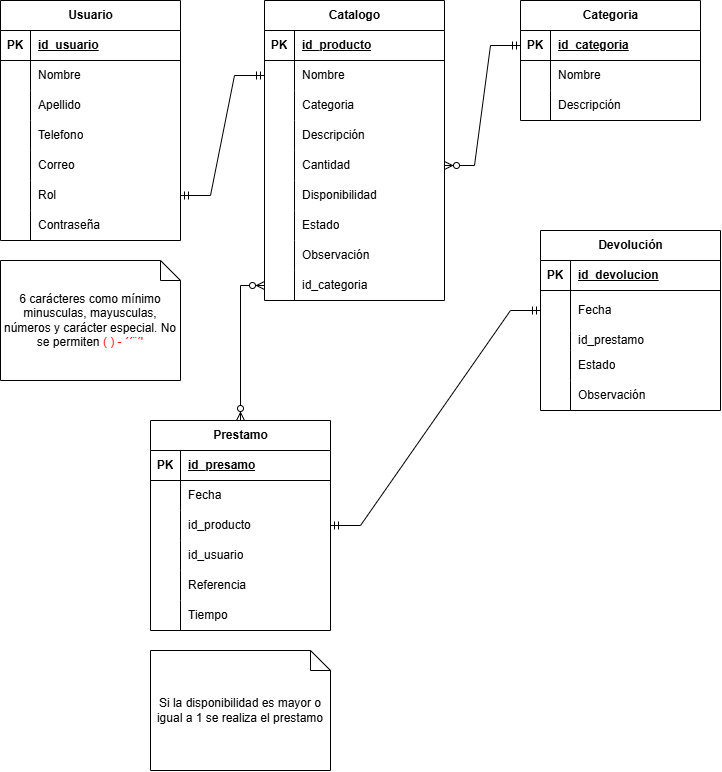
Earlier version of the draw.io export MVC/Progra1MVC.png (CamiPio/Sistema-de-Bodega). Source tidied: cells renumbered, new cells last; positions are measured from the earlier drawing's top-left corner, leaving out a move shared by most shapes.
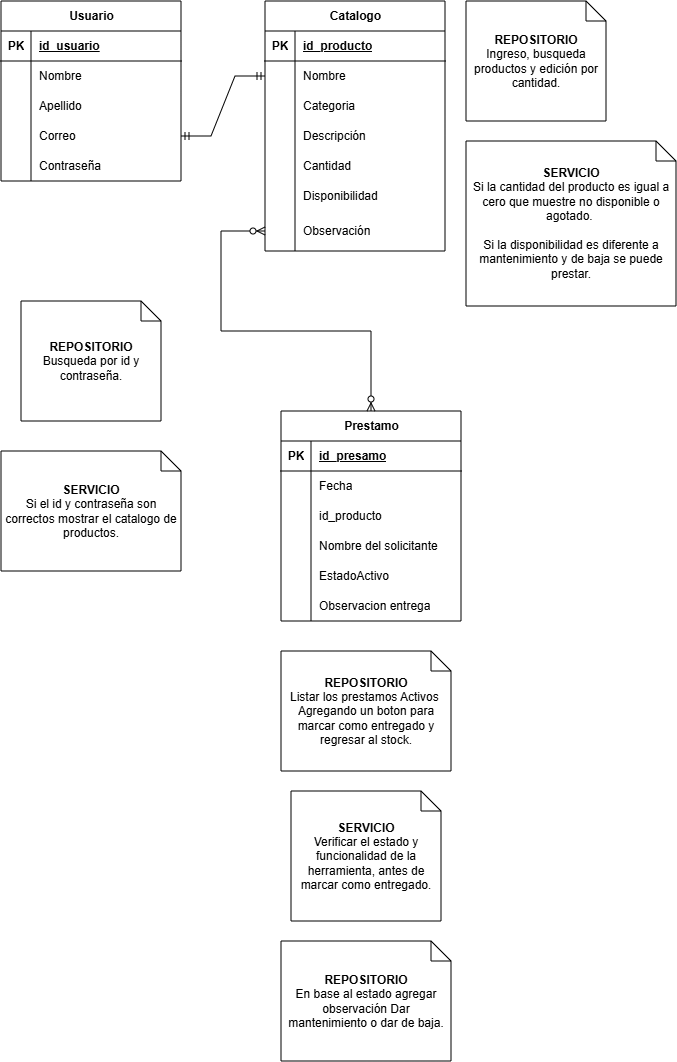
Later version of the same file.

Commit message:
Actualización de diagrama MVC

The edit, as a diff of the source:
```diff
@@ -5,3 +5,3 @@
     <mxCell id="2" value="Usuario" style="shape=table;startSize=30;rowLines=0;fontStyle=1;align=center;html=1;" parent="1" vertex="1">
-      <mxGeometry width="180" height="240" as="geometry" />
+      <mxGeometry width="180" height="180" as="geometry" />
     </mxCell>
@@ -40,3 +40,3 @@
     </mxCell>
-    <mxCell id="14" value="Telefono" style="shape=partialRectangle;fillColor=none;top=0;left=0;bottom=0;right=0;align=left;spacingLeft=6;overflow=hidden;whiteSpace=wrap;html=1;" parent="12" vertex="1">
+    <mxCell id="14" value="Correo" style="shape=partialRectangle;fillColor=none;top=0;left=0;bottom=0;right=0;align=left;spacingLeft=6;overflow=hidden;whiteSpace=wrap;html=1;" parent="12" vertex="1">
       <mxGeometry x="30" width="150" height="30" as="geometry" />
@@ -49,34 +49,7 @@
     </mxCell>
-    <mxCell id="17" value="Correo" style="shape=partialRectangle;fillColor=none;top=0;left=0;bottom=0;right=0;align=left;spacingLeft=6;overflow=hidden;whiteSpace=wrap;html=1;" parent="15" vertex="1">
+    <mxCell id="17" value="Contraseña" style="shape=partialRectangle;fillColor=none;top=0;left=0;bottom=0;right=0;align=left;spacingLeft=6;overflow=hidden;whiteSpace=wrap;html=1;" parent="15" vertex="1">
       <mxGeometry x="30" width="150" height="30" as="geometry" />
     </mxCell>
-    <mxCell id="18" style="shape=tableRow;horizontal=0;startSize=0;swimlaneHead=0;swimlaneBody=0;fillColor=none;top=0;left=0;right=0;bottom=0;" parent="2" vertex="1">
-      <mxGeometry y="180" width="180" height="30" as="geometry" />
-    </mxCell>
-    <mxCell id="19" style="shape=partialRectangle;fillColor=none;top=0;left=0;bottom=0;right=0;overflow=hidden;whiteSpace=wrap;html=1;" parent="18" vertex="1">
-      <mxGeometry width="30" height="30" as="geometry" />
-    </mxCell>
-    <mxCell id="20" style="shape=partialRectangle;fillColor=none;top=0;left=0;bottom=0;right=0;align=left;spacingLeft=6;overflow=hidden;whiteSpace=wrap;html=1;" parent="18" vertex="1">
-      <mxGeometry x="30" width="150" height="30" as="geometry" />
-    </mxCell>
-    <mxCell id="21" style="shape=tableRow;horizontal=0;startSize=0;swimlaneHead=0;swimlaneBody=0;fillColor=none;top=0;left=0;right=0;bottom=0;" parent="2" vertex="1">
-      <mxGeometry y="210" width="180" height="30" as="geometry" />
-    </mxCell>
-    <mxCell id="22" style="shape=partialRectangle;fillColor=none;top=0;left=0;bottom=0;right=0;overflow=hidden;whiteSpace=wrap;html=1;" parent="21" vertex="1">
-      <mxGeometry width="30" height="30" as="geometry" />
-    </mxCell>
-    <mxCell id="23" style="shape=partialRectangle;fillColor=none;top=0;left=0;bottom=0;right=0;align=left;spacingLeft=6;overflow=hidden;whiteSpace=wrap;html=1;" parent="21" vertex="1">
-      <mxGeometry x="30" width="150" height="30" as="geometry" />
-    </mxCell>
-    <mxCell id="24" style="shape=tableRow;horizontal=0;startSize=0;swimlaneHead=0;swimlaneBody=0;fillColor=none;points=[[0,0.5],[1,0.5]];portConstraint=eastwest;top=0;left=0;right=0;bottom=0;" parent="1" vertex="1">
-      <mxGeometry y="180" width="180" height="30" as="geometry" />
-    </mxCell>
-    <mxCell id="25" style="shape=partialRectangle;fillColor=none;top=0;left=0;bottom=0;right=0;overflow=hidden;whiteSpace=wrap;html=1;" parent="24" vertex="1">
-      <mxGeometry width="30" height="30" as="geometry" />
-    </mxCell>
-    <mxCell id="26" value="Rol" style="shape=partialRectangle;fillColor=none;top=0;left=0;bottom=0;right=0;align=left;spacingLeft=6;overflow=hidden;whiteSpace=wrap;html=1;" parent="24" vertex="1">
-      <mxGeometry x="30" width="150" height="30" as="geometry" />
-    </mxCell>
     <mxCell id="27" value="Catalogo" style="shape=table;startSize=30;rowLines=0;fontStyle=1;align=center;html=1;" parent="1" vertex="1">
-      <mxGeometry x="264" width="180" height="300" as="geometry" />
+      <mxGeometry x="264" width="180" height="250" as="geometry" />
     </mxCell>
@@ -136,67 +109,16 @@
     </mxCell>
-    <mxCell id="46" style="shape=tableRow;horizontal=0;startSize=0;swimlaneHead=0;swimlaneBody=0;fillColor=none;top=0;left=0;right=0;bottom=0;" parent="27" vertex="1">
-      <mxGeometry y="210" width="180" height="30" as="geometry" />
-    </mxCell>
-    <mxCell id="47" style="shape=partialRectangle;fillColor=none;top=0;left=0;bottom=0;right=0;overflow=hidden;whiteSpace=wrap;html=1;" parent="46" vertex="1">
-      <mxGeometry width="30" height="30" as="geometry" />
-    </mxCell>
-    <mxCell id="48" value="Estado" style="shape=partialRectangle;fillColor=none;top=0;left=0;bottom=0;right=0;align=left;spacingLeft=6;overflow=hidden;whiteSpace=wrap;html=1;" parent="46" vertex="1">
-      <mxGeometry x="30" width="150" height="30" as="geometry" />
-    </mxCell>
     <mxCell id="49" style="shape=tableRow;horizontal=0;startSize=0;swimlaneHead=0;swimlaneBody=0;fillColor=none;points=[[0,0.5],[1,0.5]];portConstraint=eastwest;top=0;left=0;right=0;bottom=0;" parent="27" vertex="1">
-      <mxGeometry y="240" width="180" height="30" as="geometry" />
+      <mxGeometry y="210" width="180" height="40" as="geometry" />
     </mxCell>
     <mxCell id="50" style="shape=partialRectangle;fillColor=none;top=0;left=0;bottom=0;right=0;overflow=hidden;whiteSpace=wrap;html=1;" parent="49" vertex="1">
-      <mxGeometry width="30" height="30" as="geometry" />
+      <mxGeometry width="30" height="40" as="geometry" />
     </mxCell>
     <mxCell id="51" value="Observación" style="shape=partialRectangle;fillColor=none;top=0;left=0;bottom=0;right=0;align=left;spacingLeft=6;overflow=hidden;whiteSpace=wrap;html=1;" parent="49" vertex="1">
-      <mxGeometry x="30" width="150" height="30" as="geometry" />
+      <mxGeometry x="30" width="150" height="40" as="geometry" />
     </mxCell>
-    <mxCell id="52" style="shape=tableRow;horizontal=0;startSize=0;swimlaneHead=0;swimlaneBody=0;fillColor=none;points=[[0,0.5],[1,0.5]];portConstraint=eastwest;top=0;left=0;right=0;bottom=0;" parent="27" vertex="1">
-      <mxGeometry y="270" width="180" height="30" as="geometry" />
-    </mxCell>
-    <mxCell id="53" style="shape=partialRectangle;fillColor=none;top=0;left=0;bottom=0;right=0;overflow=hidden;whiteSpace=wrap;html=1;" parent="52" vertex="1">
-      <mxGeometry width="30" height="30" as="geometry" />
-    </mxCell>
-    <mxCell id="54" value="id_categoria" style="shape=partialRectangle;fillColor=none;top=0;left=0;bottom=0;right=0;align=left;spacingLeft=6;overflow=hidden;whiteSpace=wrap;html=1;" parent="52" vertex="1">
-      <mxGeometry x="30" width="150" height="30" as="geometry" />
-    </mxCell>
-    <mxCell id="55" value="Contraseña" style="shape=partialRectangle;fillColor=none;top=0;left=0;bottom=0;right=0;align=left;spacingLeft=6;overflow=hidden;whiteSpace=wrap;html=1;" parent="1" vertex="1">
-      <mxGeometry x="30" y="210" width="150" height="30" as="geometry" />
-    </mxCell>
-    <mxCell id="56" value="6 carácteres como mínimo&lt;div&gt;minusculas, mayusculas, números y carácter especial. No se permiten &lt;span style=&quot;color: rgb(255, 0, 0);&quot;&gt;( ) - ´´¨´'&lt;/span&gt;&lt;/div&gt;" style="shape=note;size=20;whiteSpace=wrap;html=1;" parent="1" vertex="1">
-      <mxGeometry y="260" width="180" height="120" as="geometry" />
+    <mxCell id="56" value="&lt;div&gt;&lt;b&gt;SERVICIO&lt;/b&gt;&lt;/div&gt;Si el id y contraseña son correctos mostrar el catalogo de productos." style="shape=note;size=20;whiteSpace=wrap;html=1;" parent="1" vertex="1">
+      <mxGeometry y="450" width="180" height="120" as="geometry" />
     </mxCell>
-    <mxCell id="57" value="Categoria" style="shape=table;startSize=30;rowLines=0;fontStyle=1;align=center;html=1;" parent="1" vertex="1">
-      <mxGeometry x="520" width="180" height="120" as="geometry" />
-    </mxCell>
-    <mxCell id="58" style="shape=tableRow;horizontal=0;startSize=0;swimlaneHead=0;swimlaneBody=0;fillColor=none;points=[[0,0.5],[1,0.5]];portConstraint=eastwest;top=0;left=0;right=0;bottom=1;" parent="57" vertex="1">
-      <mxGeometry y="30" width="180" height="30" as="geometry" />
-    </mxCell>
-    <mxCell id="59" value="PK" style="shape=partialRectangle;fillColor=none;top=0;left=0;bottom=0;right=0;fontStyle=1;overflow=hidden;whiteSpace=wrap;html=1;" parent="58" vertex="1">
-      <mxGeometry width="30" height="30" as="geometry" />
-    </mxCell>
-    <mxCell id="60" value="id_categoria" style="shape=partialRectangle;fillColor=none;top=0;left=0;bottom=0;right=0;align=left;spacingLeft=6;fontStyle=5;overflow=hidden;whiteSpace=wrap;html=1;" parent="58" vertex="1">
-      <mxGeometry x="30" width="150" height="30" as="geometry" />
-    </mxCell>
-    <mxCell id="61" style="shape=tableRow;horizontal=0;startSize=0;swimlaneHead=0;swimlaneBody=0;fillColor=none;top=0;left=0;right=0;bottom=0;" parent="57" vertex="1">
-      <mxGeometry y="60" width="180" height="30" as="geometry" />
-    </mxCell>
-    <mxCell id="62" style="shape=partialRectangle;fillColor=none;top=0;left=0;bottom=0;right=0;overflow=hidden;whiteSpace=wrap;html=1;" parent="61" vertex="1">
-      <mxGeometry width="30" height="30" as="geometry" />
-    </mxCell>
-    <mxCell id="63" value="Nombre" style="shape=partialRectangle;fillColor=none;top=0;left=0;bottom=0;right=0;align=left;spacingLeft=6;overflow=hidden;whiteSpace=wrap;html=1;" parent="61" vertex="1">
-      <mxGeometry x="30" width="150" height="30" as="geometry" />
-    </mxCell>
-    <mxCell id="64" style="shape=tableRow;horizontal=0;startSize=0;swimlaneHead=0;swimlaneBody=0;fillColor=none;top=0;left=0;right=0;bottom=0;" parent="57" vertex="1">
-      <mxGeometry y="90" width="180" height="30" as="geometry" />
-    </mxCell>
-    <mxCell id="65" style="shape=partialRectangle;fillColor=none;top=0;left=0;bottom=0;right=0;overflow=hidden;whiteSpace=wrap;html=1;" parent="64" vertex="1">
-      <mxGeometry width="30" height="30" as="geometry" />
-    </mxCell>
-    <mxCell id="66" value="Descripción" style="shape=partialRectangle;fillColor=none;top=0;left=0;bottom=0;right=0;align=left;spacingLeft=6;overflow=hidden;whiteSpace=wrap;html=1;" parent="64" vertex="1">
-      <mxGeometry x="30" width="150" height="30" as="geometry" />
-    </mxCell>
     <mxCell id="67" value="Prestamo" style="shape=table;startSize=30;rowLines=0;fontStyle=1;align=center;html=1;" parent="1" vertex="1">
-      <mxGeometry x="150" y="420" width="180" height="210" as="geometry" />
+      <mxGeometry x="280" y="410" width="180" height="210" as="geometry" />
     </mxCell>
@@ -235,86 +157,53 @@
     </mxCell>
-    <mxCell id="79" value="id_usuario" style="shape=partialRectangle;fillColor=none;top=0;left=0;bottom=0;right=0;align=left;spacingLeft=6;overflow=hidden;whiteSpace=wrap;html=1;" parent="77" vertex="1">
+    <mxCell id="79" value="Nombre del solicitante" style="shape=partialRectangle;fillColor=none;top=0;left=0;bottom=0;right=0;align=left;spacingLeft=6;overflow=hidden;whiteSpace=wrap;html=1;" parent="77" vertex="1">
       <mxGeometry x="30" width="150" height="30" as="geometry" />
     </mxCell>
-    <mxCell id="80" style="shape=tableRow;horizontal=0;startSize=0;swimlaneHead=0;swimlaneBody=0;fillColor=none;top=0;left=0;right=0;bottom=0;" parent="67" vertex="1">
-      <mxGeometry y="150" width="180" height="30" as="geometry" />
-    </mxCell>
-    <mxCell id="81" style="shape=partialRectangle;fillColor=none;top=0;left=0;bottom=0;right=0;overflow=hidden;whiteSpace=wrap;html=1;" parent="80" vertex="1">
-      <mxGeometry width="30" height="30" as="geometry" />
-    </mxCell>
-    <mxCell id="82" value="Referencia" style="shape=partialRectangle;fillColor=none;top=0;left=0;bottom=0;right=0;align=left;spacingLeft=6;overflow=hidden;whiteSpace=wrap;html=1;" parent="80" vertex="1">
-      <mxGeometry x="30" width="150" height="30" as="geometry" />
-    </mxCell>
-    <mxCell id="83" style="shape=tableRow;horizontal=0;startSize=0;swimlaneHead=0;swimlaneBody=0;fillColor=none;top=0;left=0;right=0;bottom=0;" parent="67" vertex="1">
-      <mxGeometry y="180" width="180" height="30" as="geometry" />
-    </mxCell>
-    <mxCell id="84" style="shape=partialRectangle;fillColor=none;top=0;left=0;bottom=0;right=0;overflow=hidden;whiteSpace=wrap;html=1;" parent="83" vertex="1">
-      <mxGeometry width="30" height="30" as="geometry" />
-    </mxCell>
-    <mxCell id="85" value="Tiempo" style="shape=partialRectangle;fillColor=none;top=0;left=0;bottom=0;right=0;align=left;spacingLeft=6;overflow=hidden;whiteSpace=wrap;html=1;" parent="83" vertex="1">
-      <mxGeometry x="30" width="150" height="30" as="geometry" />
-    </mxCell>
-    <mxCell id="86" value="Devolución" style="shape=table;startSize=30;rowLines=0;fontStyle=1;align=center;html=1;" parent="1" vertex="1">
-      <mxGeometry x="540" y="230" width="180" height="180" as="geometry" />
-    </mxCell>
-    <mxCell id="87" style="shape=tableRow;horizontal=0;startSize=0;swimlaneHead=0;swimlaneBody=0;fillColor=none;top=0;left=0;right=0;bottom=1;" parent="86" vertex="1">
-      <mxGeometry y="30" width="180" height="30" as="geometry" />
-    </mxCell>
-    <mxCell id="88" value="PK" style="shape=partialRectangle;fillColor=none;top=0;left=0;bottom=0;right=0;fontStyle=1;overflow=hidden;whiteSpace=wrap;html=1;" parent="87" vertex="1">
-      <mxGeometry width="30" height="30" as="geometry" />
-    </mxCell>
-    <mxCell id="89" value="id_devolucion" style="shape=partialRectangle;fillColor=none;top=0;left=0;bottom=0;right=0;align=left;spacingLeft=6;fontStyle=5;overflow=hidden;whiteSpace=wrap;html=1;" parent="87" vertex="1">
-      <mxGeometry x="30" width="150" height="30" as="geometry" />
-    </mxCell>
-    <mxCell id="90" style="shape=tableRow;horizontal=0;startSize=0;swimlaneHead=0;swimlaneBody=0;fillColor=none;points=[[0,0.5],[1,0.5]];portConstraint=eastwest;top=0;left=0;right=0;bottom=0;" parent="86" vertex="1">
-      <mxGeometry y="60" width="180" height="40" as="geometry" />
-    </mxCell>
-    <mxCell id="91" style="shape=partialRectangle;fillColor=none;top=0;left=0;bottom=0;right=0;overflow=hidden;whiteSpace=wrap;html=1;" parent="90" vertex="1">
-      <mxGeometry width="30" height="40" as="geometry" />
-    </mxCell>
-    <mxCell id="92" value="Fecha" style="shape=partialRectangle;fillColor=none;top=0;left=0;bottom=0;right=0;align=left;spacingLeft=6;overflow=hidden;whiteSpace=wrap;html=1;" parent="90" vertex="1">
-      <mxGeometry x="30" width="150" height="40" as="geometry" />
-    </mxCell>
-    <mxCell id="93" style="shape=tableRow;horizontal=0;startSize=0;swimlaneHead=0;swimlaneBody=0;fillColor=none;top=0;left=0;right=0;bottom=0;" parent="86" vertex="1">
-      <mxGeometry y="100" width="180" height="20" as="geometry" />
-    </mxCell>
-    <mxCell id="94" style="shape=partialRectangle;fillColor=none;top=0;left=0;bottom=0;right=0;overflow=hidden;whiteSpace=wrap;html=1;" parent="93" vertex="1">
-      <mxGeometry width="30" height="20" as="geometry" />
-    </mxCell>
-    <mxCell id="95" value="id_prestamo" style="shape=partialRectangle;fillColor=none;top=0;left=0;bottom=0;right=0;align=left;spacingLeft=6;overflow=hidden;whiteSpace=wrap;html=1;" parent="93" vertex="1">
-      <mxGeometry x="30" width="150" height="20" as="geometry" />
-    </mxCell>
-    <mxCell id="96" style="shape=tableRow;horizontal=0;startSize=0;swimlaneHead=0;swimlaneBody=0;fillColor=none;top=0;left=0;right=0;bottom=0;" parent="86" vertex="1">
-      <mxGeometry y="120" width="180" height="30" as="geometry" />
-    </mxCell>
-    <mxCell id="97" style="shape=partialRectangle;fillColor=none;top=0;left=0;bottom=0;right=0;overflow=hidden;whiteSpace=wrap;html=1;" parent="96" vertex="1">
-      <mxGeometry width="30" height="30" as="geometry" />
-    </mxCell>
-    <mxCell id="98" value="Estado" style="shape=partialRectangle;fillColor=none;top=0;left=0;bottom=0;right=0;align=left;spacingLeft=6;overflow=hidden;whiteSpace=wrap;html=1;" parent="96" vertex="1">
-      <mxGeometry x="30" width="150" height="30" as="geometry" />
-    </mxCell>
-    <mxCell id="99" style="shape=tableRow;horizontal=0;startSize=0;swimlaneHead=0;swimlaneBody=0;fillColor=none;top=0;left=0;right=0;bottom=0;" parent="86" vertex="1">
-      <mxGeometry y="150" width="180" height="30" as="geometry" />
-    </mxCell>
-    <mxCell id="100" style="shape=partialRectangle;fillColor=none;top=0;left=0;bottom=0;right=0;overflow=hidden;whiteSpace=wrap;html=1;" parent="99" vertex="1">
-      <mxGeometry width="30" height="30" as="geometry" />
-    </mxCell>
-    <mxCell id="101" value="Observación" style="shape=partialRectangle;fillColor=none;top=0;left=0;bottom=0;right=0;align=left;spacingLeft=6;overflow=hidden;whiteSpace=wrap;html=1;" parent="99" vertex="1">
-      <mxGeometry x="30" width="150" height="30" as="geometry" />
-    </mxCell>
+    <mxCell id="107" style="shape=tableRow;horizontal=0;startSize=0;swimlaneHead=0;swimlaneBody=0;fillColor=none;top=0;left=0;right=0;bottom=0;" parent="67" vertex="1">
+      <mxGeometry y="150" width="180" height="30" as="geometry" />
+    </mxCell>
+    <mxCell id="108" style="shape=partialRectangle;fillColor=none;top=0;left=0;bottom=0;right=0;overflow=hidden;whiteSpace=wrap;html=1;" parent="107" vertex="1">
+      <mxGeometry width="30" height="30" as="geometry" />
+    </mxCell>
+    <mxCell id="109" value="EstadoActivo" style="shape=partialRectangle;fillColor=none;top=0;left=0;bottom=0;right=0;align=left;spacingLeft=6;overflow=hidden;whiteSpace=wrap;html=1;" parent="107" vertex="1">
+      <mxGeometry x="30" width="150" height="30" as="geometry" />
+    </mxCell>
+    <mxCell id="110" style="shape=tableRow;horizontal=0;startSize=0;swimlaneHead=0;swimlaneBody=0;fillColor=none;top=0;left=0;right=0;bottom=0;" parent="67" vertex="1">
+      <mxGeometry y="180" width="180" height="30" as="geometry" />
+    </mxCell>
+    <mxCell id="111" style="shape=partialRectangle;fillColor=none;top=0;left=0;bottom=0;right=0;overflow=hidden;whiteSpace=wrap;html=1;" parent="110" vertex="1">
+      <mxGeometry width="30" height="30" as="geometry" />
+    </mxCell>
+    <mxCell id="112" value="Observacion entrega" style="shape=partialRectangle;fillColor=none;top=0;left=0;bottom=0;right=0;align=left;spacingLeft=6;overflow=hidden;whiteSpace=wrap;html=1;" parent="110" vertex="1">
+      <mxGeometry x="30" width="150" height="30" as="geometry" />
+    </mxCell>
-    <mxCell id="102" value="Si la disponibilidad es mayor o igual a 1 se realiza el prestamo" style="shape=note;size=20;whiteSpace=wrap;html=1;" parent="1" vertex="1">
-      <mxGeometry x="150" y="650" width="180" height="120" as="geometry" />
+    <mxCell id="102" value="&lt;div&gt;&lt;b&gt;REPOSITORIO&lt;/b&gt;&lt;/div&gt;Listar los prestamos Activos&amp;nbsp;&lt;div&gt;Agregando un boton para marcar como entregado y regresar al stock.&lt;/div&gt;" style="shape=note;size=20;whiteSpace=wrap;html=1;" parent="1" vertex="1">
+      <mxGeometry x="280" y="650" width="170" height="120" as="geometry" />
     </mxCell>
-    <mxCell id="103" style="edgeStyle=entityRelationEdgeStyle;fontSize=12;html=1;endArrow=ERmandOne;startArrow=ERmandOne;rounded=0;exitX=1;exitY=0.5;exitDx=0;exitDy=0;entryX=0;entryY=0.5;entryDx=0;entryDy=0;" parent="1" edge="1" source="24" target="31">
+    <mxCell id="103" style="edgeStyle=entityRelationEdgeStyle;fontSize=12;html=1;endArrow=ERmandOne;startArrow=ERmandOne;rounded=0;exitX=1;exitY=0.5;exitDx=0;exitDy=0;entryX=0;entryY=0.5;entryDx=0;entryDy=0;" parent="1" edge="1" source="12" target="31">
       <mxGeometry relative="1" as="geometry" />
     </mxCell>
-    <mxCell id="104" style="edgeStyle=entityRelationEdgeStyle;fontSize=12;html=1;endArrow=ERzeroToMany;startArrow=ERmandOne;rounded=0;exitX=0;exitY=0.5;exitDx=0;exitDy=0;entryX=1;entryY=0.5;entryDx=0;entryDy=0;" parent="1" edge="1" source="58" target="40">
-      <mxGeometry relative="1" as="geometry" />
-    </mxCell>
-    <mxCell id="105" style="edgeStyle=orthogonalEdgeStyle;fontSize=12;html=1;endArrow=ERzeroToMany;endFill=1;startArrow=ERzeroToMany;rounded=0;entryX=0.5;entryY=0;entryDx=0;entryDy=0;exitX=0;exitY=0.5;exitDx=0;exitDy=0;" parent="1" edge="1" source="52" target="67">
-      <mxGeometry relative="1" as="geometry" />
+    <mxCell id="105" style="edgeStyle=orthogonalEdgeStyle;fontSize=12;html=1;endArrow=ERzeroToMany;endFill=1;startArrow=ERzeroToMany;rounded=0;entryX=0.5;entryY=0;entryDx=0;entryDy=0;exitX=0;exitY=0.5;exitDx=0;exitDy=0;" parent="1" edge="1" source="49" target="67">
+      <mxGeometry relative="1" as="geometry">
+        <Array as="points">
+          <mxPoint x="220" y="230" />
+          <mxPoint x="220" y="330" />
+          <mxPoint x="370" y="330" />
+        </Array>
+      </mxGeometry>
     </mxCell>
-    <mxCell id="106" style="edgeStyle=entityRelationEdgeStyle;fontSize=12;html=1;endArrow=ERmandOne;startArrow=ERmandOne;rounded=0;exitX=1;exitY=0.5;exitDx=0;exitDy=0;entryX=0;entryY=0.5;entryDx=0;entryDy=0;" parent="1" edge="1" source="74" target="90">
-      <mxGeometry relative="1" as="geometry" />
-    </mxCell>
+    <mxCell id="113" value="&lt;div&gt;&lt;b&gt;SERVICIO&lt;/b&gt;&lt;/div&gt;Si la cantidad del producto es igual a cero que muestre no disponible o agotado.&amp;nbsp;&lt;div&gt;&lt;br&gt;&lt;/div&gt;&lt;div&gt;Si la disponibilidad es diferente a mantenimiento y de baja se puede prestar.&lt;/div&gt;" style="shape=note;size=20;whiteSpace=wrap;html=1;" parent="1" vertex="1">
+      <mxGeometry x="465" y="140" width="210" height="165" as="geometry" />
+    </mxCell>
+    <mxCell id="114" value="&lt;div&gt;&lt;b&gt;REPOSITORIO&lt;/b&gt;&lt;/div&gt;Ingreso, busqueda productos y edición por cantidad." style="shape=note;size=20;whiteSpace=wrap;html=1;" parent="1" vertex="1">
+      <mxGeometry x="465" width="140" height="120" as="geometry" />
+    </mxCell>
+    <mxCell id="115" value="&lt;div&gt;&lt;b&gt;REPOSITORIO&lt;/b&gt;&lt;/div&gt;Busqueda por id y contraseña." style="shape=note;size=20;whiteSpace=wrap;html=1;" parent="1" vertex="1">
+      <mxGeometry x="20" y="300" width="140" height="120" as="geometry" />
+    </mxCell>
+    <mxCell id="116" value="&lt;div&gt;&lt;b&gt;SERVICIO&lt;/b&gt;&lt;/div&gt;Verificar el estado y funcionalidad de la herramienta, antes de marcar como entregado." style="shape=note;size=20;whiteSpace=wrap;html=1;" parent="1" vertex="1">
+      <mxGeometry x="290" y="790" width="150" height="130" as="geometry" />
+    </mxCell>
+    <mxCell id="117" value="&lt;div&gt;&lt;b&gt;REPOSITORIO&lt;/b&gt;&lt;/div&gt;En base al estado agregar observación Dar mantenimiento o dar de baja." style="shape=note;size=20;whiteSpace=wrap;html=1;" parent="1" vertex="1">
+      <mxGeometry x="280" y="940" width="170" height="120" as="geometry" />
+    </mxCell>
   </root>
```
